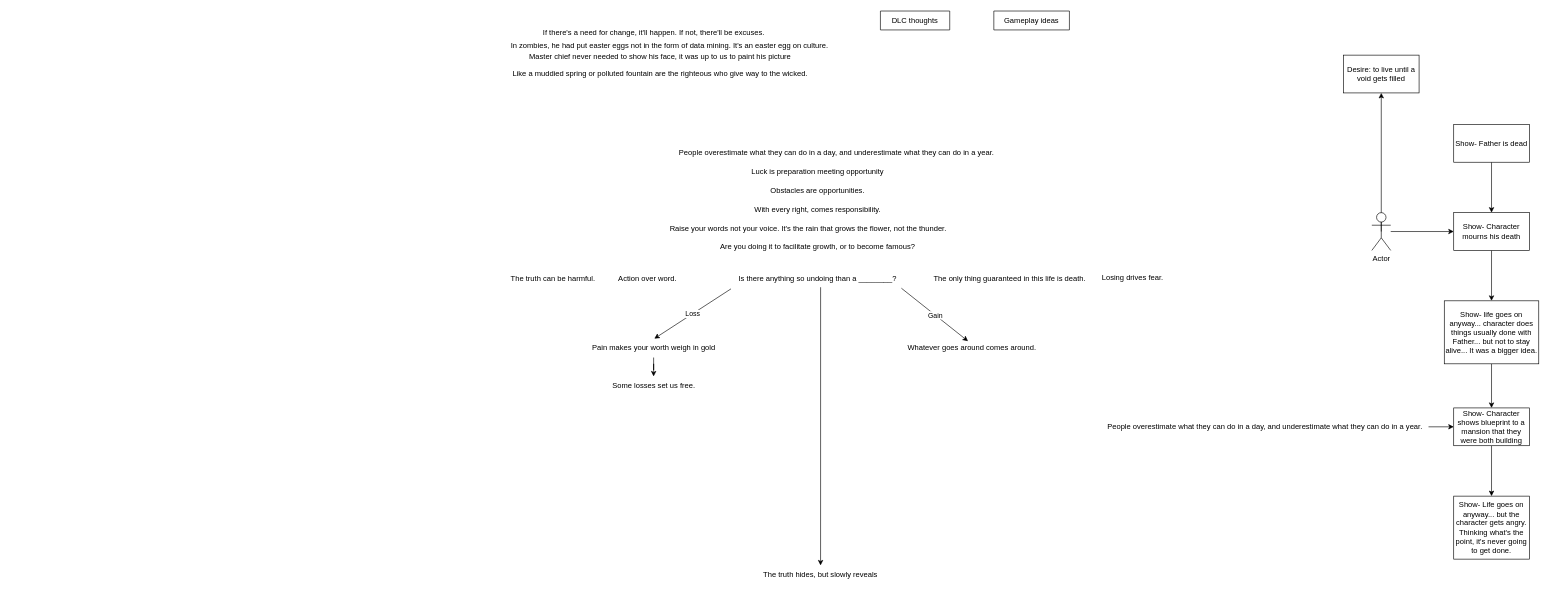
This is Plans.drawio from HasinJ/Elements-Platformer, a draw.io file, before an edit. Source tidied: cells renumbered, new cells numbered last; positions are measured from the earlier drawing's top-left corner, leaving out a move shared by most shapes. Both pictures are drawn from the tidied source at 63%, with x=0, y=0 at pixel (502, 11).
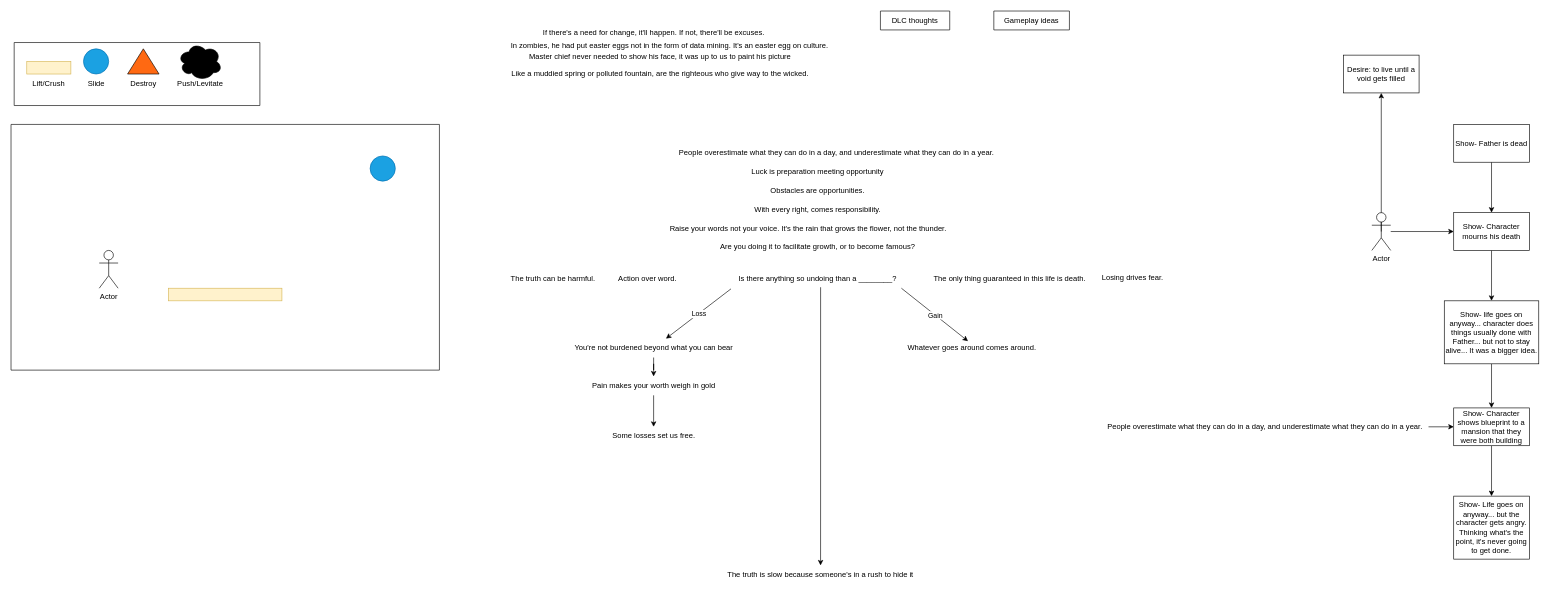
The same page after the edit.

Commit message:
Elements planning

Unchanged cells that the change refers to:
```xml
<mxCell id="5" value="Is there anything so undoing than a ________?" style="text;html=1;align=center;verticalAlign=middle;points=[];strokeColor=none;fillColor=none;" parent="1" vertex="1">
  <mxGeometry x="360" y="410" width="280" height="30" as="geometry" />
</mxCell>
```

The edit, as a diff of the source:
```diff
@@
     <mxCell id="2" value="Some losses set us free." style="text;html=1;align=center;verticalAlign=middle;points=[];strokeColor=none;fillColor=none;" parent="1" vertex="1">
-      <mxGeometry x="160" y="580" width="160" height="30" as="geometry" />
+      <mxGeometry x="160" y="660" width="160" height="30" as="geometry" />
     </mxCell>
@@
     <mxCell id="4" value="Pain makes your worth weigh in gold" style="text;html=1;align=center;verticalAlign=middle;points=[];strokeColor=none;fillColor=none;" parent="1" vertex="1">
-      <mxGeometry x="130" y="520" width="220" height="30" as="geometry" />
+      <mxGeometry x="130" y="580" width="220" height="30" as="geometry" />
     </mxCell>
@@
-    <mxCell id="16" value="The truth hides, but slowly reveals" style="text;html=1;align=center;verticalAlign=middle;whiteSpace=wrap;rounded=0;" parent="1" vertex="1">
+    <mxCell id="16" value="The truth is slow because someone's in a rush to hide it" style="text;html=1;align=center;verticalAlign=middle;whiteSpace=wrap;rounded=0;" parent="1" vertex="1">
       <mxGeometry x="355" y="880" width="300" height="30" as="geometry" />
     </mxCell>
@@
-    <mxCell id="20" style="endArrow=classic;html=1;rounded=0;exitX=0.01;exitY=1.033;exitDx=0;exitDy=0;exitPerimeter=0;entryX=0.505;entryY=0;entryDx=0;entryDy=0;entryPerimeter=0;" parent="1" edge="1" source="5" target="4">
+    <mxCell id="20" style="endArrow=classic;html=1;rounded=0;exitX=0.01;exitY=1.033;exitDx=0;exitDy=0;exitPerimeter=0;" parent="1" edge="1" source="5" target="49">
       <mxGeometry relative="1" as="geometry" />
     </mxCell>
@@
-    <mxCell id="38" value="Like a muddied spring or polluted fountain are the righteous who give way to the wicked." style="text;html=1;align=center;verticalAlign=middle;strokeColor=none;fillColor=none;" parent="1" vertex="1">
+    <mxCell id="38" value="Like a muddied spring or polluted fountain, are the righteous who give way to the wicked." style="text;html=1;align=center;verticalAlign=middle;strokeColor=none;fillColor=none;" parent="1" vertex="1">
       <mxGeometry x="10" y="85" width="480" height="30" as="geometry" />
     </mxCell>
@@
+    <mxCell id="44" style="swimlane;startSize=0;" parent="1" vertex="1">
+      <mxGeometry x="-780" y="180" width="680" height="390" as="geometry" />
+    </mxCell>
+    <mxCell id="45" value="Actor" style="shape=umlActor;verticalLabelPosition=bottom;verticalAlign=top;html=1;" parent="44" vertex="1">
+      <mxGeometry x="140" y="200" width="30" height="60" as="geometry" />
+    </mxCell>
+    <mxCell id="46" style="rounded=0;whiteSpace=wrap;html=1;fillColor=#fff2cc;strokeColor=#d6b656;" parent="44" vertex="1">
+      <mxGeometry x="250" y="260" width="180" height="20" as="geometry" />
+    </mxCell>
+    <mxCell id="47" style="ellipse;whiteSpace=wrap;html=1;fillColor=#1ba1e2;strokeColor=#006EAF;fontColor=#ffffff;" parent="44" vertex="1">
+      <mxGeometry x="570" y="50" width="40" height="40" as="geometry" />
+    </mxCell>
+    <mxCell id="48" style="edgeStyle=orthogonalEdgeStyle;rounded=0;jettySize=auto;html=1;" parent="1" edge="1" source="49" target="4">
+      <mxGeometry relative="1" as="geometry" />
+    </mxCell>
+    <mxCell id="49" value="You're not burdened beyond what you can bear" style="text;html=1;align=center;verticalAlign=middle;whiteSpace=wrap;rounded=0;" parent="1" vertex="1">
+      <mxGeometry x="110.5" y="520" width="259" height="30" as="geometry" />
+    </mxCell>
+    <mxCell id="50" style="swimlane;startSize=0;" parent="1" vertex="1">
+      <mxGeometry x="-775" y="50" width="390" height="100" as="geometry" />
+    </mxCell>
+    <mxCell id="51" style="rounded=0;whiteSpace=wrap;html=1;fillColor=#fff2cc;strokeColor=#d6b656;" parent="50" vertex="1">
+      <mxGeometry x="20" y="30" width="70" height="20" as="geometry" />
+    </mxCell>
+    <mxCell id="52" value="Lift/Crush" style="text;html=1;align=center;verticalAlign=middle;whiteSpace=wrap;rounded=0;" parent="50" vertex="1">
+      <mxGeometry x="25" y="50" width="60" height="30" as="geometry" />
+    </mxCell>
+    <mxCell id="53" style="ellipse;whiteSpace=wrap;html=1;fillColor=#1ba1e2;strokeColor=#006EAF;fontColor=#ffffff;" parent="50" vertex="1">
+      <mxGeometry x="110" y="10" width="40" height="40" as="geometry" />
+    </mxCell>
+    <mxCell id="54" value="Slide" style="text;html=1;align=center;verticalAlign=middle;strokeColor=none;fillColor=none;" parent="50" vertex="1">
+      <mxGeometry x="105" y="50" width="50" height="30" as="geometry" />
+    </mxCell>
+    <mxCell id="55" style="triangle;whiteSpace=wrap;html=1;direction=north;fillColor=#FF6912;" parent="50" vertex="1">
+      <mxGeometry x="180" y="10" width="50" height="40" as="geometry" />
+    </mxCell>
+    <mxCell id="56" value="&lt;div&gt;Destroy&lt;br&gt;&lt;/div&gt;" style="text;html=1;align=center;verticalAlign=middle;strokeColor=none;fillColor=none;" parent="50" vertex="1">
+      <mxGeometry x="175" y="50" width="60" height="30" as="geometry" />
+    </mxCell>
+    <mxCell id="57" value="Push/Levitate" style="text;html=1;align=center;verticalAlign=middle;strokeColor=none;fillColor=none;" parent="50" vertex="1">
+      <mxGeometry x="250" y="50" width="90" height="30" as="geometry" />
+    </mxCell>
+    <mxCell id="58" style="ellipse;shape=cloud;whiteSpace=wrap;html=1;fillColor=#000000;" parent="50" vertex="1">
+      <mxGeometry x="260" width="70" height="60" as="geometry" />
+    </mxCell>
```
